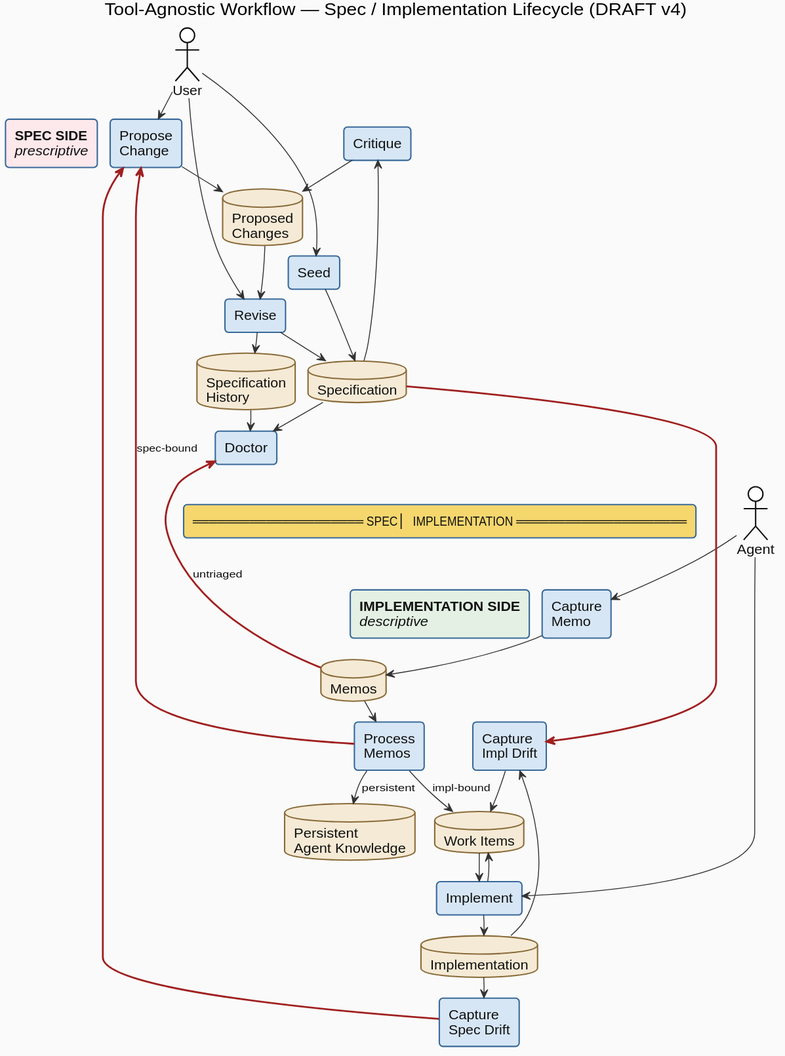
Earlier version of the PlantUML export research/workflow-processes/diagrams/draft-tool-agnostic-workflow.svg (thewoolleyman/livespec).
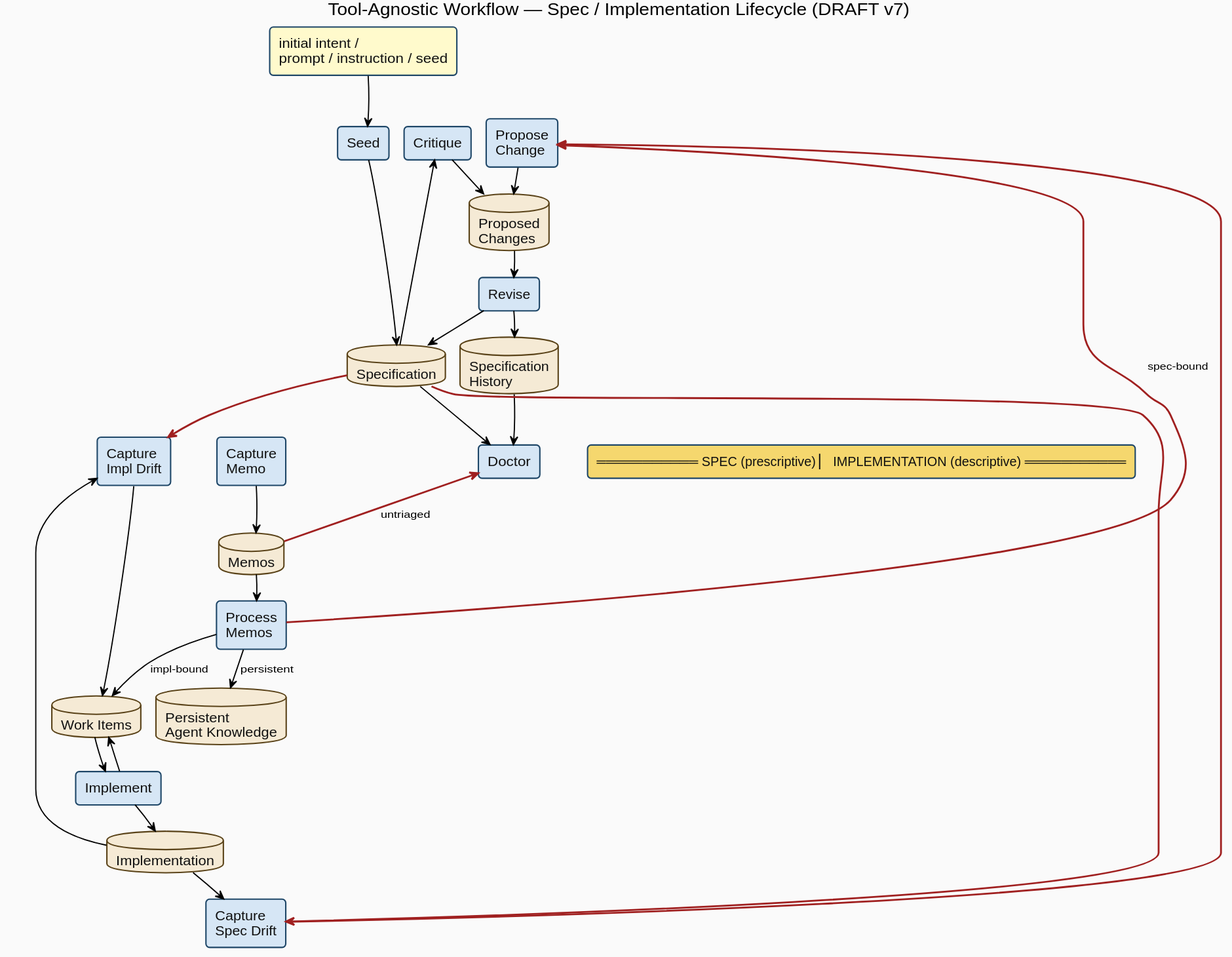
Later version of the same file.

Commit message:
docs(research): v7 — drop actors, add input box, Spec→CaptureSpecDrift, dark arrows

What changed in the source:
```diff
@@ -1,97 +1,105 @@
 @startuml draft-tool-agnostic-workflow
-title Tool-Agnostic Workflow — Spec / Implementation Lifecycle (DRAFT v4)
+title Tool-Agnostic Workflow — Spec / Implementation Lifecycle (DRAFT v7)
 
 
 skinparam defaultFontName Helvetica
 skinparam shadowing false
 skinparam BackgroundColor #fafafa
-skinparam ArrowColor #333
-skinparam ArrowFontColor #111
+skinparam ArrowColor #000000
+skinparam ArrowFontColor #000000
 skinparam ArrowFontSize 11
-skinparam nodesep 14
-skinparam ranksep 22
+skinparam ArrowThickness 1.3
+skinparam nodesep 16
+skinparam ranksep 28
 hide stereotype
 
 skinparam rectangle {
   BackgroundColor #d6e6f5
-  BorderColor #3a6a9a
+  BorderColor #1f4768
   FontColor #111
   RoundCorner 8
 }
 
 skinparam database {
   BackgroundColor #f5ead5
-  BorderColor #8a6b3a
-  FontColor #111
-}
-
-skinparam actor {
-  BackgroundColor #ffffff
-  BorderColor #111
+  BorderColor #5a4319
   FontColor #111
 }
 
 
-actor "User" as User
-actor "Agent" as Agent
+rectangle "initial intent /\nprompt / instruction / seed" as Input #fffacc
 
 
-rectangle "**SPEC SIDE**\n//prescriptive//" as SpecLabel #fde8ec
-rectangle "Seed" as Seed
-rectangle "Propose\nChange" as Propose
-rectangle "Critique" as Critique
-rectangle "Revise" as Revise
-rectangle "Doctor" as Doctor
-database "Specification" as Spec
-database "Proposed\nChanges" as PCQueue
-database "Specification\nHistory" as History
+together {
+  rectangle "Seed" as Seed
+  rectangle "Propose\nChange" as Propose
+  rectangle "Critique" as Critique
+  rectangle "Revise" as Revise
+  rectangle "Doctor" as Doctor
+
+  database "Specification" as Spec
+  database "Proposed\nChanges" as PCQueue
+  database "Specification\nHistory" as History
+}
 
 
-rectangle "═════════════════════  SPEC  ▏  IMPLEMENTATION  ═════════════════════" as Wall #f5d76e
+rectangle "═══════════  SPEC  (prescriptive)   ▏   IMPLEMENTATION  (descriptive)  ═══════════" as Wall #f5d76e
 
 
-rectangle "**IMPLEMENTATION SIDE**\n//descriptive//" as ImplLabel #e3f0e3
-rectangle "Capture\nImpl Drift" as CaptureImplDrift
-rectangle "Implement" as Implement
-rectangle "Capture\nSpec Drift" as CaptureSpecDrift
-rectangle "Capture\nMemo" as CaptureMemo
-rectangle "Process\nMemos" as ProcessMemos
-database "Implementation" as Impl
-database "Work Items" as WorkItems
-database "Memos" as Memos
-database "Persistent\nAgent Knowledge" as AgentKnowledge
+together {
+  rectangle "Capture\nImpl Drift" as CaptureImplDrift
+  rectangle "Implement" as Implement
+  rectangle "Capture\nSpec Drift" as CaptureSpecDrift
+  rectangle "Capture\nMemo" as CaptureMemo
+  rectangle "Process\nMemos" as ProcessMemos
+
+  database "Implementation" as Impl
+  database "Work Items" as WorkItems
+  database "Memos" as Memos
+  database "Persistent\nAgent Knowledge" as AgentKnowledge
+}
 
 
-User -[hidden]down-> SpecLabel
-SpecLabel -[hidden]down-> Seed
-SpecLabel -[hidden]right-> Propose
-Propose -[hidden]right-> Critique
+Input -[hidden]down-> Seed
+
+Seed     -[hidden]down-> Wall
+Propose  -[hidden]down-> Wall
+Critique -[hidden]down-> Wall
+Revise   -[hidden]down-> Wall
+Doctor   -[hidden]down-> Wall
+Spec     -[hidden]down-> Wall
+PCQueue  -[hidden]down-> Wall
+History  -[hidden]down-> Wall
+
+Wall -[hidden]down-> CaptureImplDrift
+Wall -[hidden]down-> Implement
+Wall -[hidden]down-> CaptureSpecDrift
+Wall -[hidden]down-> CaptureMemo
+Wall -[hidden]down-> ProcessMemos
+Wall -[hidden]down-> Impl
+Wall -[hidden]down-> WorkItems
+Wall -[hidden]down-> Memos
+Wall -[hidden]down-> AgentKnowledge
 
 Seed -[hidden]down-> Spec
 Spec -[hidden]down-> PCQueue
 PCQueue -[hidden]down-> Revise
 Revise -[hidden]down-> History
 History -[hidden]down-> Doctor
-
-Doctor -[hidden]down-> Wall
-Wall -[hidden]down-> ImplLabel
-
-ImplLabel -[hidden]down-> CaptureImplDrift
-ImplLabel -[hidden]right-> CaptureMemo
-CaptureMemo -[hidden]right-> ProcessMemos
+Seed -[hidden]right-> Propose
+Propose -[hidden]right-> Critique
 
 CaptureImplDrift -[hidden]down-> WorkItems
 WorkItems -[hidden]down-> Implement
 Implement -[hidden]down-> Impl
 Impl -[hidden]down-> CaptureSpecDrift
-Memos -[hidden]down-> AgentKnowledge
+CaptureImplDrift -[hidden]right-> CaptureMemo
+CaptureMemo -[hidden]down-> Memos
+Memos -[hidden]down-> ProcessMemos
+ProcessMemos -[hidden]down-> AgentKnowledge
 
 
-User --> Seed
-User --> Propose
-User --> Revise
-Agent --> CaptureMemo
-Agent --> Implement
+Input --> Seed
 
 Seed --> Spec
 Propose --> PCQueue
@@ -104,6 +112,7 @@
 History --> Doctor
 
 Spec -[#a02020,thickness=2]-> CaptureImplDrift
+Spec -[#a02020,thickness=2]-> CaptureSpecDrift
 
 Impl --> CaptureImplDrift
 CaptureImplDrift --> WorkItems
@@ -121,7 +130,6 @@
 ProcessMemos --> AgentKnowledge : persistent
 
 ProcessMemos -[#a02020,thickness=2]-> Propose : spec-bound
-
 Memos -[#a02020,thickness=2]-> Doctor : untriaged
 
 @enduml
```
